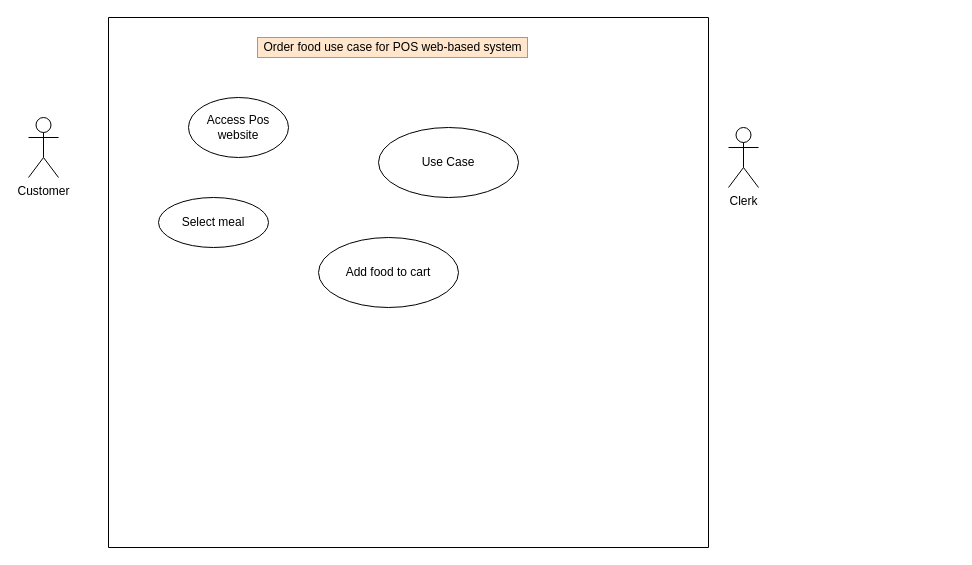
Before: Order-food.drawio in asgreen2000/WebDev, a draw.io diagram. Source tidied: cells renumbered, new cells numbered last; positions are measured from the earlier drawing's top-left corner, leaving out a move shared by most shapes. Both pictures are drawn from the tidied source at 100%, with x=0, y=0 at pixel (28, 17).
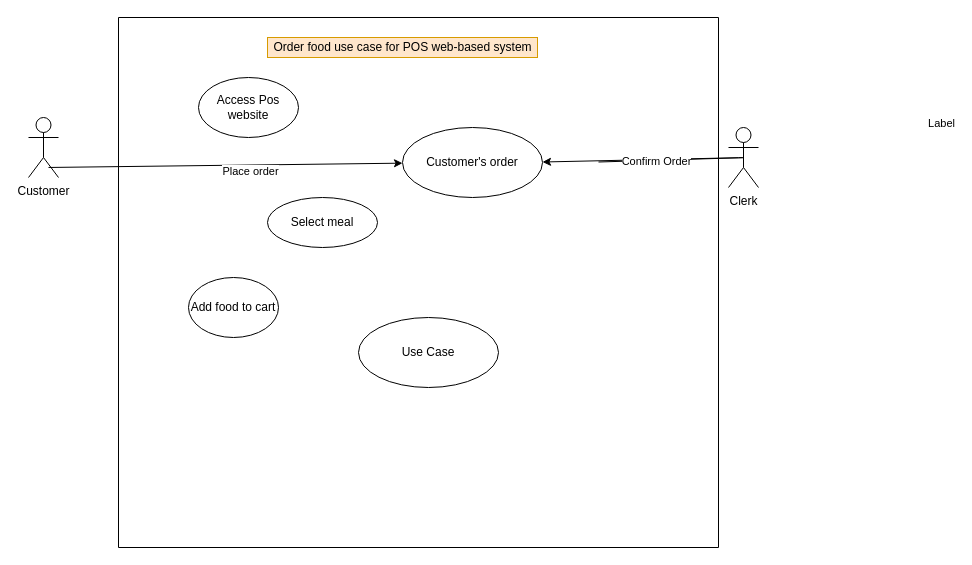
Above is the later version.

What changed in the source:
```diff
@@
 <mxGraphModel>
   <root>
     <mxCell id="0" />
     <mxCell id="1" parent="0" />
     <mxCell id="2" style="swimlane;startSize=0;" parent="1" vertex="1">
-      <mxGeometry x="80" width="600" height="530" as="geometry" />
+      <mxGeometry x="90" width="600" height="530" as="geometry" />
     </mxCell>
     <mxCell id="3" value="Order food use case for POS web-based system&lt;br&gt;" style="text;html=1;align=center;verticalAlign=middle;strokeColor=#d79b00;fillColor=#ffe6cc;" parent="2" vertex="1">
       <mxGeometry x="149" y="20" width="270" height="20" as="geometry" />
     </mxCell>
     <mxCell id="4" value="Access Pos website" style="ellipse;whiteSpace=wrap;html=1;" parent="2" vertex="1">
-      <mxGeometry x="80" y="80" width="100" height="60" as="geometry" />
+      <mxGeometry x="80" y="60" width="100" height="60" as="geometry" />
     </mxCell>
     <mxCell id="5" value="Select meal" style="ellipse;whiteSpace=wrap;html=1;" parent="2" vertex="1">
-      <mxGeometry x="50" y="180" width="110" height="50" as="geometry" />
+      <mxGeometry x="149" y="180" width="110" height="50" as="geometry" />
     </mxCell>
-    <mxCell id="6" value="Use Case" style="ellipse;whiteSpace=wrap;html=1;" parent="2" vertex="1">
-      <mxGeometry x="270" y="110" width="140" height="70" as="geometry" />
+    <mxCell id="6" value="Customer's order" style="ellipse;whiteSpace=wrap;html=1;" parent="2" vertex="1">
+      <mxGeometry x="284" y="110" width="140" height="70" as="geometry" />
     </mxCell>
+    <mxCell id="9" value="Add food to cart" style="ellipse;whiteSpace=wrap;html=1;" parent="2" vertex="1">
+      <mxGeometry x="70" y="260" width="90" height="60" as="geometry" />
+    </mxCell>
+    <mxCell id="10" value="Use Case" style="ellipse;whiteSpace=wrap;html=1;" parent="2" vertex="1">
+      <mxGeometry x="240" y="300" width="140" height="70" as="geometry" />
+    </mxCell>
+    <mxCell id="11" style="endArrow=classic;html=1;" parent="2" edge="1">
+      <mxGeometry relative="1" as="geometry">
+        <mxPoint x="480" y="144.5" as="sourcePoint" />
+        <mxPoint x="424" y="144.5" as="targetPoint" />
+        <Array as="points">
+          <mxPoint x="630" y="140" />
+        </Array>
+      </mxGeometry>
+    </mxCell>
+    <mxCell id="12" value="Label" style="edgeLabel;html=1;align=center;verticalAlign=middle;" parent="11" vertex="1">
+      <mxGeometry relative="1" as="geometry">
+        <mxPoint x="220" y="-35" as="offset" />
+      </mxGeometry>
+    </mxCell>
+    <mxCell id="13" value="Confirm Order" style="edgeLabel;html=1;align=center;verticalAlign=middle;" parent="11" vertex="1">
+      <mxGeometry x="0.18" y="2" relative="1" as="geometry">
+        <mxPoint x="-33" as="offset" />
+      </mxGeometry>
+    </mxCell>
     <mxCell id="7" value="Customer" style="shape=umlActor;verticalLabelPosition=bottom;verticalAlign=top;html=1;" parent="1" vertex="1">
       <mxGeometry y="100" width="30" height="60" as="geometry" />
     </mxCell>
     <mxCell id="8" value="Clerk" style="shape=umlActor;verticalLabelPosition=bottom;verticalAlign=top;html=1;" parent="1" vertex="1">
       <mxGeometry x="700" y="110" width="30" height="60" as="geometry" />
     </mxCell>
-    <mxCell id="9" value="Add food to cart" style="ellipse;whiteSpace=wrap;html=1;" parent="1" vertex="1">
-      <mxGeometry x="290" y="220" width="140" height="70" as="geometry" />
-    </mxCell>
+    <mxCell id="14" value="Place order" style="endArrow=classic;html=1;exitX=0.667;exitY=0.833;exitDx=0;exitDy=0;exitPerimeter=0;" parent="1" edge="1" source="7" target="6">
+      <mxGeometry x="0.14" y="-6" relative="1" as="geometry" />
+    </mxCell>
   </root>
 </mxGraphModel>
```
